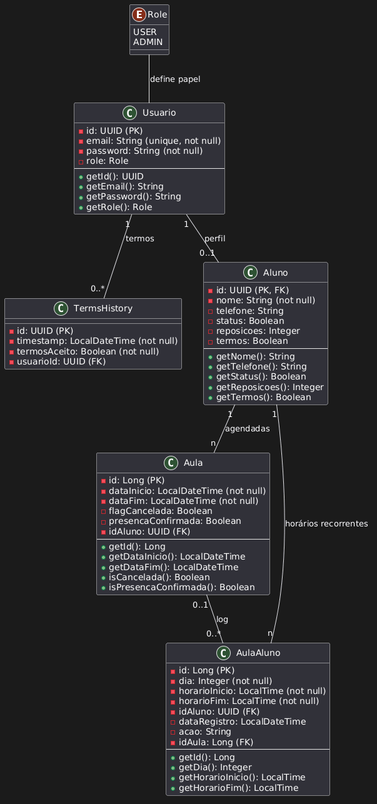
This is Docs/Marcos_Music_Classes.png from RafaelVolpini/MarcosMusic, a PlantUML export, as it was before one commit.
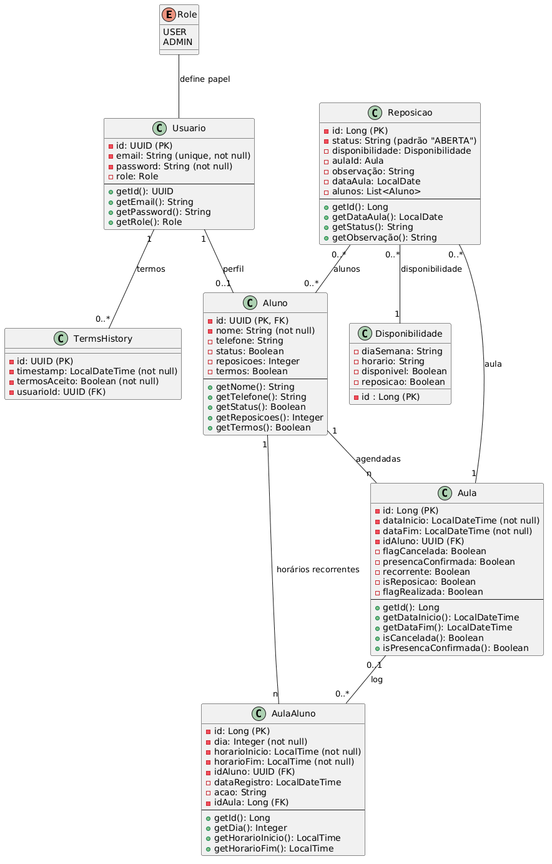
The same file after the commit.

Commit message:
docs: atualização nos diagramades classes e nos casos de uso

Diff of the diagram source:
```diff
@@ -46,9 +46,12 @@
     - id: Long (PK)
     - dataInicio: LocalDateTime (not null)
     - dataFim: LocalDateTime (not null)
+    - idAluno: UUID (FK)
     - flagCancelada: Boolean
     - presencaConfirmada: Boolean
-    - idAluno: UUID (FK)
+    - recorrente: Boolean
+    - isReposicao: Boolean
+    - flagRealizada: Boolean
     ---
     + getId(): Long
     + getDataInicio(): LocalDateTime
@@ -56,7 +59,6 @@
     + isCancelada(): Boolean
     + isPresencaConfirmada(): Boolean
 }
-
 class AulaAluno {
     - id: Long (PK)
     - dia: Integer (not null)
@@ -73,10 +75,35 @@
     + getHorarioFim(): LocalTime
 }
 
+class Disponibilidade {
+    - id : Long (PK)
+    - diaSemana: String
+    - horario: String
+    - disponivel: Boolean
+    - reposicao: Boolean
+}
+class Reposicao {
+    - id: Long (PK)
+    - status: String (padrão "ABERTA")
+    - disponibilidade: Disponibilidade
+    - aulaId: Aula
+    - observação: String
+    - dataAula: LocalDate
+    - alunos: List<Aluno>
+    --
+    + getId(): Long
+    + getDataAula(): LocalDate
+    + getStatus(): String
+    + getObservação(): String
+}
+
 Usuario "1" -- "0..1" Aluno : perfil
 Usuario "1" -- "0..*" TermsHistory : termos
 Aluno "1" -- "n" Aula : agendadas
 Aluno "1" -- "n" AulaAluno : horários recorrentes
 Aula "0..1" -- "0..*" AulaAluno : log
 Role -- Usuario : define papel
+Reposicao "0..*" -- "1" Aula: aula
+Reposicao "0..*" -- "0..*" Aluno: alunos
+Reposicao "0..*" -- "1" Disponibilidade: disponibilidade
 @enduml
```
